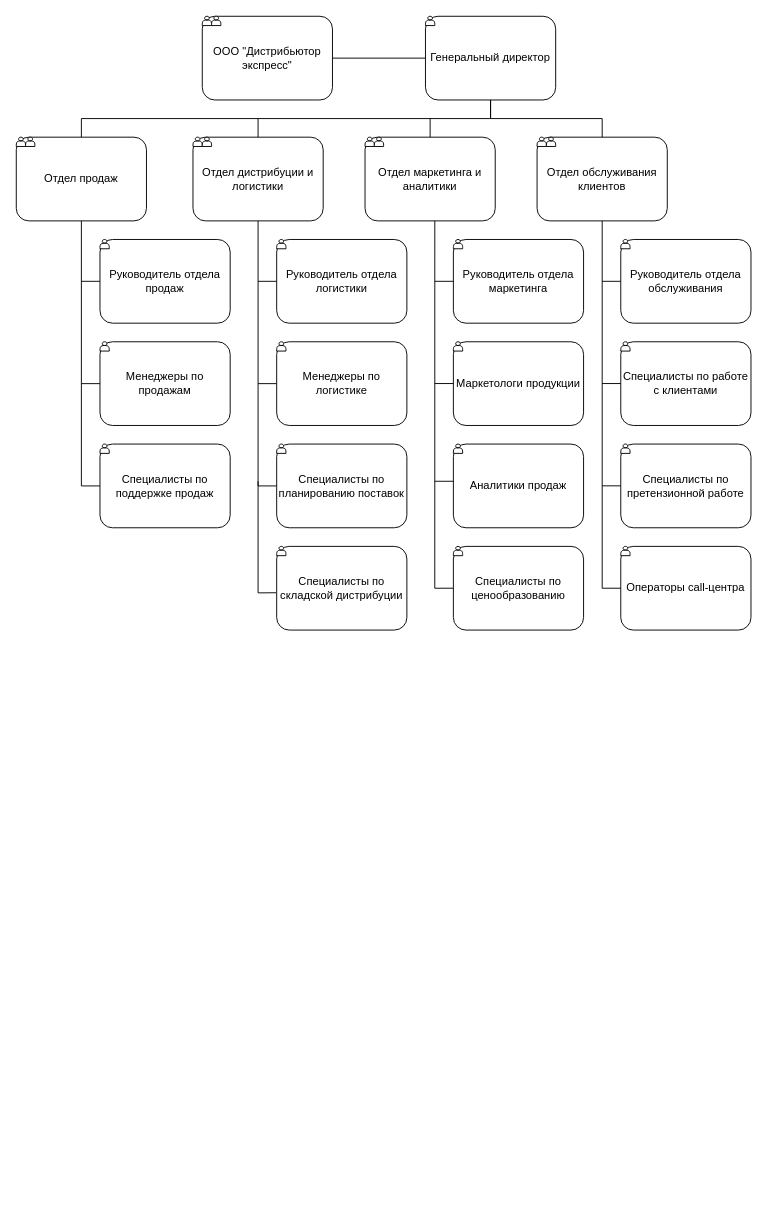
This is ОРПС_3.drawio from mopsin666/AKMS, a draw.io file, before an edit. Source tidied: cells renumbered, new cells numbered last; positions are measured from the earlier drawing's top-left corner, leaving out a move shared by most shapes. Both pictures are drawn from the tidied source at 93%, with x=0, y=0 at pixel (16, 16).
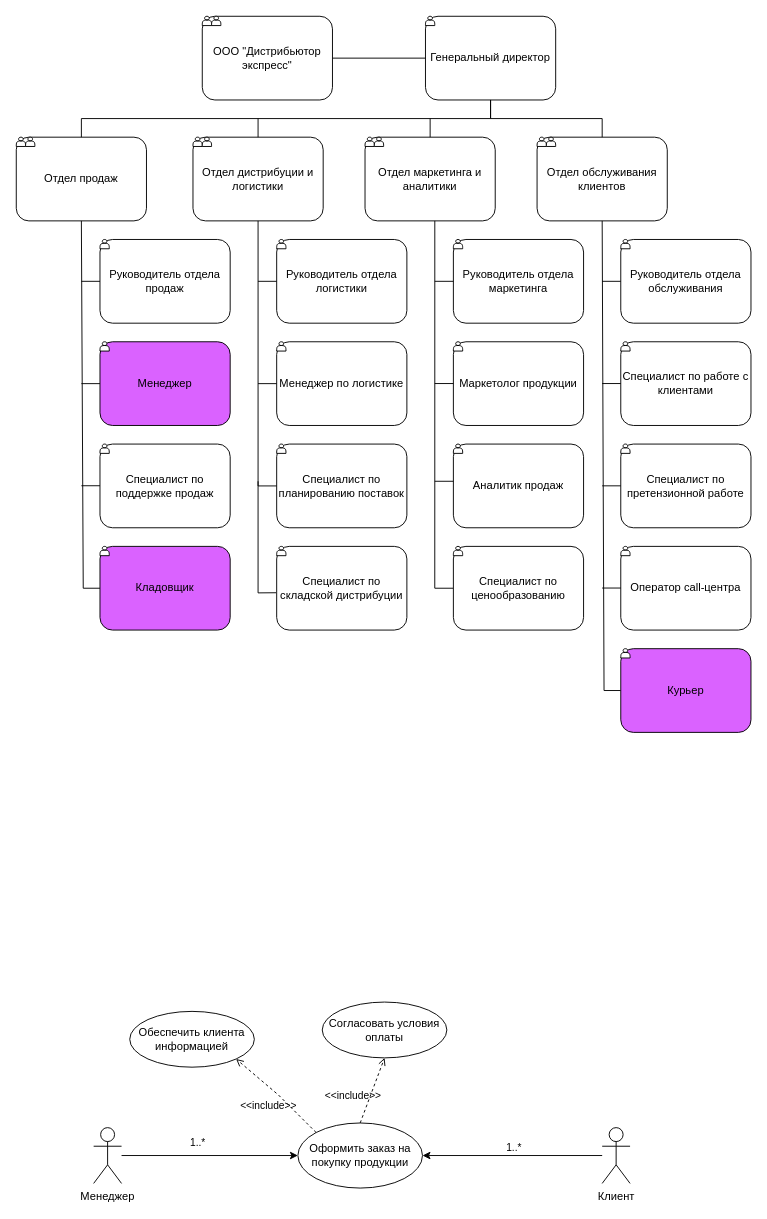
Above is the later version.

Unchanged cells that the change refers to:
```xml
<mxCell id="8" value="&lt;div style=&quot;&quot;&gt;&lt;span style=&quot;background-color: transparent; color: light-dark(rgb(0, 0, 0), rgb(255, 255, 255));&quot;&gt;Отдел продаж&lt;/span&gt;&lt;/div&gt;" style="rounded=1;whiteSpace=wrap;html=1;align=center;" parent="1" vertex="1">
  <mxGeometry y="130" width="140" height="90" as="geometry" />
</mxCell>
<mxCell id="50" value="&lt;div style=&quot;&quot;&gt;&lt;span style=&quot;background-color: transparent; color: light-dark(rgb(0, 0, 0), rgb(255, 255, 255));&quot;&gt;Отдел обслуживания клиентов&lt;/span&gt;&lt;/div&gt;" style="rounded=1;whiteSpace=wrap;html=1;align=center;" parent="1" vertex="1">
  <mxGeometry x="560" y="130" width="140" height="90" as="geometry" />
</mxCell>
```

Change to the diagram source:
```diff
@@
-    <mxCell id="13" value="&lt;div style=&quot;&quot;&gt;Менеджеры по продажам&lt;/div&gt;" style="rounded=1;whiteSpace=wrap;html=1;align=center;" parent="1" vertex="1">
+    <mxCell id="13" value="&lt;div style=&quot;&quot;&gt;Менеджер&lt;/div&gt;" style="rounded=1;whiteSpace=wrap;html=1;align=center;fillColor=#DA62FF;" parent="1" vertex="1">
       <mxGeometry x="90" y="350" width="140" height="90" as="geometry" />
     </mxCell>
@@
-    <mxCell id="15" value="&lt;div style=&quot;&quot;&gt;Специалисты по поддержке продаж&lt;/div&gt;" style="rounded=1;whiteSpace=wrap;html=1;align=center;" parent="1" vertex="1">
+    <mxCell id="15" value="&lt;div style=&quot;&quot;&gt;Специалист по поддержке продаж&lt;/div&gt;" style="rounded=1;whiteSpace=wrap;html=1;align=center;" parent="1" vertex="1">
       <mxGeometry x="90" y="460" width="140" height="90" as="geometry" />
     </mxCell>
@@
-    <mxCell id="18" style="endArrow=none;html=1;rounded=0;entryX=0.5;entryY=1;entryDx=0;entryDy=0;exitX=0;exitY=0.5;exitDx=0;exitDy=0;" parent="1" edge="1" source="15" target="8">
+    <mxCell id="18" style="endArrow=none;html=1;rounded=0;entryX=0.5;entryY=1;entryDx=0;entryDy=0;exitX=0;exitY=0.5;exitDx=0;exitDy=0;" parent="1" edge="1" source="70" target="8">
       <mxGeometry relative="1" as="geometry">
         <Array as="points">
-          <mxPoint x="70" y="505" />
+          <mxPoint x="72" y="615" />
         </Array>
       </mxGeometry>
     </mxCell>
@@
-    <mxCell id="27" value="&lt;div style=&quot;&quot;&gt;Менеджеры по логистике&lt;/div&gt;" style="rounded=1;whiteSpace=wrap;html=1;align=center;" parent="1" vertex="1">
+    <mxCell id="27" value="&lt;div style=&quot;&quot;&gt;Менеджер по логистике&lt;/div&gt;" style="rounded=1;whiteSpace=wrap;html=1;align=center;" parent="1" vertex="1">
       <mxGeometry x="280" y="350" width="140" height="90" as="geometry" />
     </mxCell>
@@
-    <mxCell id="29" value="&lt;div style=&quot;&quot;&gt;Специалисты по планированию поставок&lt;/div&gt;" style="rounded=1;whiteSpace=wrap;html=1;align=center;" parent="1" vertex="1">
+    <mxCell id="29" value="&lt;div style=&quot;&quot;&gt;Специалист по планированию поставок&lt;/div&gt;" style="rounded=1;whiteSpace=wrap;html=1;align=center;" parent="1" vertex="1">
       <mxGeometry x="280" y="460" width="140" height="90" as="geometry" />
     </mxCell>
@@
-    <mxCell id="39" value="&lt;div style=&quot;&quot;&gt;Маркетологи продукции&lt;/div&gt;" style="rounded=1;whiteSpace=wrap;html=1;align=center;" parent="1" vertex="1">
+    <mxCell id="39" value="&lt;div style=&quot;&quot;&gt;Маркетолог продукции&lt;/div&gt;" style="rounded=1;whiteSpace=wrap;html=1;align=center;" parent="1" vertex="1">
       <mxGeometry x="470" y="350" width="140" height="90" as="geometry" />
     </mxCell>
@@
-    <mxCell id="42" value="&lt;div style=&quot;&quot;&gt;Специалисты по складской дистрибуции&lt;/div&gt;" style="rounded=1;whiteSpace=wrap;html=1;align=center;" parent="1" vertex="1">
+    <mxCell id="42" value="&lt;div style=&quot;&quot;&gt;Специалист по складской дистрибуции&lt;/div&gt;" style="rounded=1;whiteSpace=wrap;html=1;align=center;" parent="1" vertex="1">
       <mxGeometry x="280" y="570" width="140" height="90" as="geometry" />
     </mxCell>
@@
-    <mxCell id="46" value="&lt;div style=&quot;&quot;&gt;Аналитики продаж&lt;/div&gt;" style="rounded=1;whiteSpace=wrap;html=1;align=center;" parent="1" vertex="1">
+    <mxCell id="46" value="&lt;div style=&quot;&quot;&gt;Аналитик продаж&lt;/div&gt;" style="rounded=1;whiteSpace=wrap;html=1;align=center;" parent="1" vertex="1">
       <mxGeometry x="470" y="460" width="140" height="90" as="geometry" />
     </mxCell>
@@
-    <mxCell id="48" value="&lt;div style=&quot;&quot;&gt;Специалисты по ценообразованию&lt;/div&gt;" style="rounded=1;whiteSpace=wrap;html=1;align=center;" parent="1" vertex="1">
+    <mxCell id="48" value="&lt;div style=&quot;&quot;&gt;Специалист по ценообразованию&lt;/div&gt;" style="rounded=1;whiteSpace=wrap;html=1;align=center;" parent="1" vertex="1">
       <mxGeometry x="470" y="570" width="140" height="90" as="geometry" />
     </mxCell>
@@
-    <mxCell id="56" value="&lt;div style=&quot;&quot;&gt;Специалисты по работе с клиентами&lt;/div&gt;" style="rounded=1;whiteSpace=wrap;html=1;align=center;" parent="1" vertex="1">
+    <mxCell id="56" value="&lt;div style=&quot;&quot;&gt;Специалист по работе с клиентами&lt;/div&gt;" style="rounded=1;whiteSpace=wrap;html=1;align=center;" parent="1" vertex="1">
       <mxGeometry x="650" y="350" width="140" height="90" as="geometry" />
     </mxCell>
@@
-    <mxCell id="58" value="&lt;div style=&quot;&quot;&gt;Специалисты по претензионной работе&lt;/div&gt;" style="rounded=1;whiteSpace=wrap;html=1;align=center;" parent="1" vertex="1">
+    <mxCell id="58" value="&lt;div style=&quot;&quot;&gt;Специалист по претензионной работе&lt;/div&gt;" style="rounded=1;whiteSpace=wrap;html=1;align=center;" parent="1" vertex="1">
       <mxGeometry x="650" y="460" width="140" height="90" as="geometry" />
     </mxCell>
@@
-    <mxCell id="60" value="&lt;div style=&quot;&quot;&gt;Операторы call-центра&lt;/div&gt;" style="rounded=1;whiteSpace=wrap;html=1;align=center;" parent="1" vertex="1">
+    <mxCell id="60" value="&lt;div style=&quot;&quot;&gt;Оператор call-центра&lt;/div&gt;" style="rounded=1;whiteSpace=wrap;html=1;align=center;" parent="1" vertex="1">
       <mxGeometry x="650" y="570" width="140" height="90" as="geometry" />
     </mxCell>
@@
-    <mxCell id="62" style="endArrow=none;html=1;rounded=0;entryX=0.5;entryY=1;entryDx=0;entryDy=0;exitX=0;exitY=0.5;exitDx=0;exitDy=0;" parent="1" edge="1" source="60" target="50">
+    <mxCell id="62" style="endArrow=none;html=1;rounded=0;entryX=0.5;entryY=1;entryDx=0;entryDy=0;exitX=0;exitY=0.5;exitDx=0;exitDy=0;" parent="1" edge="1" source="73" target="50">
       <mxGeometry relative="1" as="geometry">
         <Array as="points">
-          <mxPoint x="630" y="615" />
+          <mxPoint x="632" y="725" />
         </Array>
       </mxGeometry>
     </mxCell>
@@
+    <mxCell id="70" value="&lt;div style=&quot;&quot;&gt;Кладовщик&lt;/div&gt;" style="rounded=1;whiteSpace=wrap;html=1;align=center;fillColor=#DA62FF;" parent="1" vertex="1">
+      <mxGeometry x="90" y="570" width="140" height="90" as="geometry" />
+    </mxCell>
+    <mxCell id="71" style="endArrow=none;html=1;rounded=0;exitX=0;exitY=0.5;exitDx=0;exitDy=0;" parent="1" edge="1">
+      <mxGeometry relative="1" as="geometry">
+        <mxPoint x="90" y="504.8" as="sourcePoint" />
+        <mxPoint x="70" y="504.8" as="targetPoint" />
+      </mxGeometry>
+    </mxCell>
+    <mxCell id="72" style="shape=actor;whiteSpace=wrap;html=1;" parent="1" vertex="1">
+      <mxGeometry x="90" y="570" width="10" height="10" as="geometry" />
+    </mxCell>
+    <mxCell id="73" value="&lt;div style=&quot;&quot;&gt;Курьер&lt;/div&gt;" style="rounded=1;whiteSpace=wrap;html=1;align=center;fillColor=#DA62FF;" parent="1" vertex="1">
+      <mxGeometry x="650" y="680" width="140" height="90" as="geometry" />
+    </mxCell>
+    <mxCell id="74" style="shape=actor;whiteSpace=wrap;html=1;" parent="1" vertex="1">
+      <mxGeometry x="650" y="680" width="10" height="10" as="geometry" />
+    </mxCell>
+    <mxCell id="75" style="endArrow=none;html=1;rounded=0;entryX=0;entryY=0.5;entryDx=0;entryDy=0;" parent="1" edge="1">
+      <mxGeometry relative="1" as="geometry">
+        <mxPoint x="630" y="614.8" as="sourcePoint" />
+        <mxPoint x="650" y="614.8" as="targetPoint" />
+      </mxGeometry>
+    </mxCell>
+    <mxCell id="76" style="edgeStyle=orthogonalEdgeStyle;rounded=0;jettySize=auto;html=1;entryX=0;entryY=0.5;entryDx=0;entryDy=0;" parent="1" edge="1" source="78" target="81">
+      <mxGeometry relative="1" as="geometry" />
+    </mxCell>
+    <mxCell id="77" value="1..*" style="edgeLabel;html=1;align=center;verticalAlign=middle;" parent="76" vertex="1">
+      <mxGeometry x="-0.1" y="3" relative="1" as="geometry">
+        <mxPoint x="-4" y="-12" as="offset" />
+      </mxGeometry>
+    </mxCell>
+    <mxCell id="78" value="Менеджер" style="shape=umlActor;verticalLabelPosition=bottom;verticalAlign=top;html=1;outlineConnect=0;" parent="1" vertex="1">
+      <mxGeometry x="83.2" y="1195" width="30" height="60" as="geometry" />
+    </mxCell>
+    <mxCell id="79" style="edgeStyle=orthogonalEdgeStyle;rounded=0;jettySize=auto;html=1;entryX=1;entryY=0.5;entryDx=0;entryDy=0;" parent="1" edge="1" source="80" target="81">
+      <mxGeometry relative="1" as="geometry" />
+    </mxCell>
+    <mxCell id="80" value="Клиент" style="shape=umlActor;verticalLabelPosition=bottom;verticalAlign=top;html=1;outlineConnect=0;" parent="1" vertex="1">
+      <mxGeometry x="630" y="1195" width="30" height="60" as="geometry" />
+    </mxCell>
+    <mxCell id="81" value="Оформить заказ на покупку продукции" style="ellipse;whiteSpace=wrap;html=1;" parent="1" vertex="1">
+      <mxGeometry x="302.8" y="1190" width="134" height="70" as="geometry" />
+    </mxCell>
+    <mxCell id="82" value="Обеспечить клиента информацией" style="ellipse;whiteSpace=wrap;html=1;" parent="1" vertex="1">
+      <mxGeometry x="122" y="1070" width="134" height="60" as="geometry" />
+    </mxCell>
+    <mxCell id="83" value="&amp;lt;&amp;lt;include&amp;gt;&amp;gt;" style="html=1;verticalAlign=bottom;labelBackgroundColor=none;endArrow=open;endFill=0;dashed=1;rounded=0;exitX=0;exitY=0;exitDx=0;exitDy=0;entryX=1;entryY=1;entryDx=0;entryDy=0;" parent="1" edge="1" source="81" target="82">
+      <mxGeometry x="-0.13" y="21" relative="1" as="geometry">
+        <Array as="points">
+          <mxPoint x="282" y="1160" />
+        </Array>
+        <mxPoint y="1" as="offset" />
+      </mxGeometry>
+    </mxCell>
+    <mxCell id="84" value="Согласовать условия оплаты" style="ellipse;whiteSpace=wrap;html=1;" parent="1" vertex="1">
+      <mxGeometry x="329" y="1060" width="134" height="60" as="geometry" />
+    </mxCell>
+    <mxCell id="85" value="&amp;lt;&amp;lt;include&amp;gt;&amp;gt;" style="html=1;verticalAlign=bottom;labelBackgroundColor=none;endArrow=open;endFill=0;dashed=1;rounded=0;exitX=0.5;exitY=0;exitDx=0;exitDy=0;entryX=0.5;entryY=1;entryDx=0;entryDy=0;" parent="1" edge="1" source="81" target="84">
+      <mxGeometry x="-0.58" y="14" relative="1" as="geometry" />
+    </mxCell>
+    <mxCell id="86" value="1..*" style="edgeLabel;html=1;align=center;verticalAlign=middle;" parent="1" vertex="1">
+      <mxGeometry x="182" y="1210" as="geometry">
+        <mxPoint x="352" y="6" as="offset" />
+      </mxGeometry>
+    </mxCell>
```
